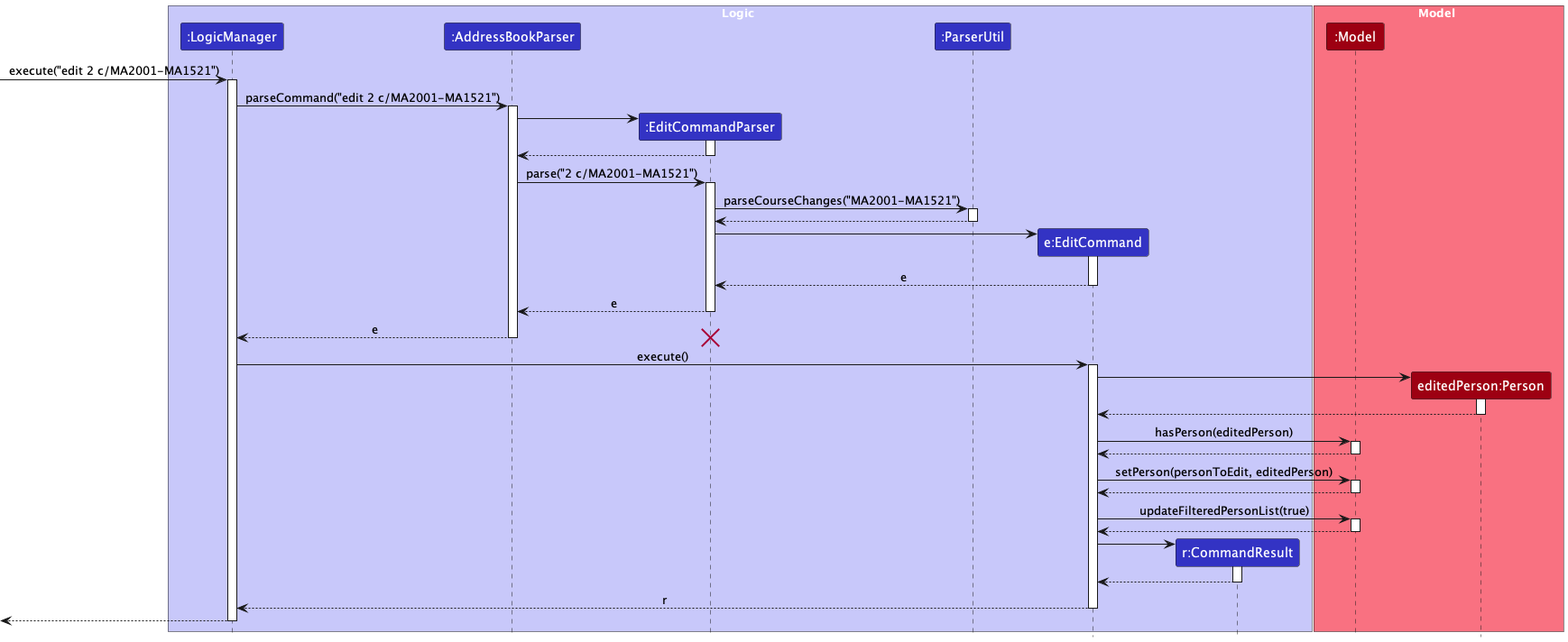
This is docs/images/EditSequenceDiagram.png from tanteckfang/tp, a PlantUML export, as it was before one commit.
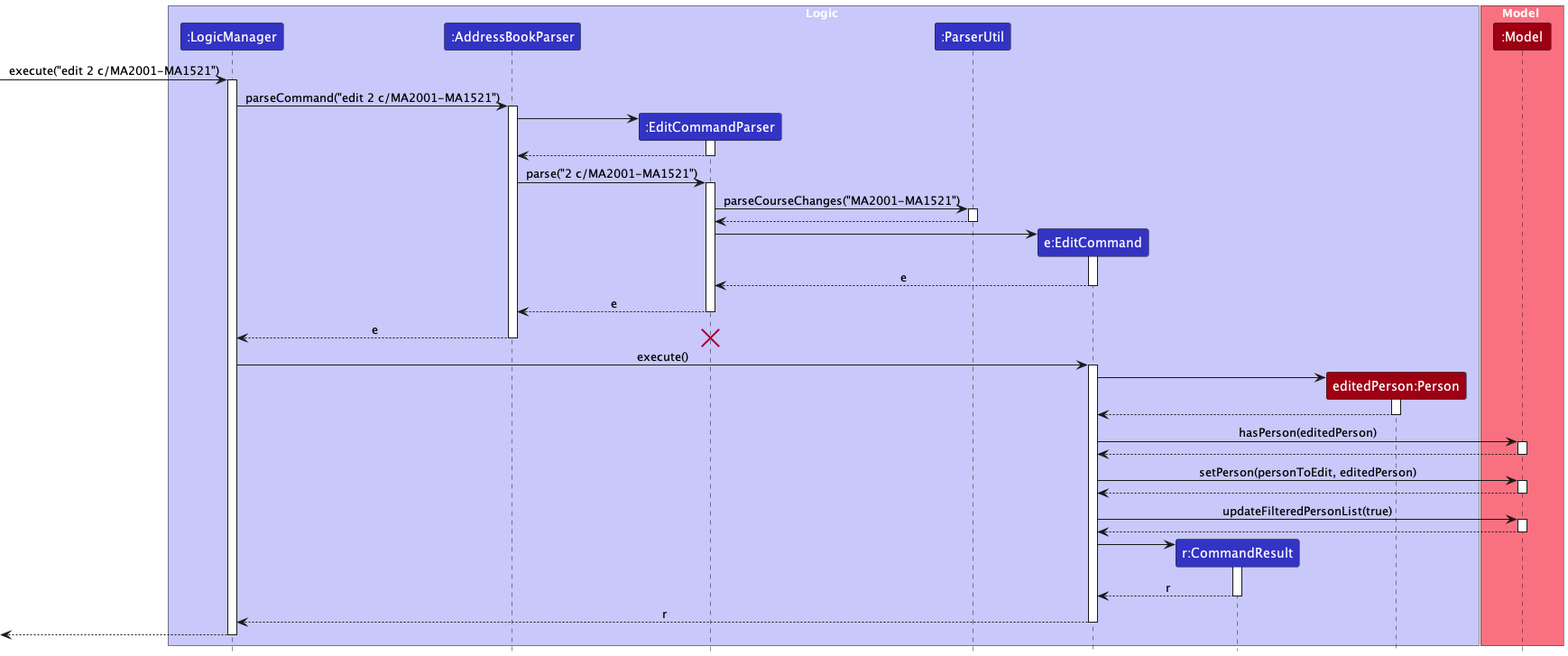
The same file after the commit.

What changed in the source:
```diff
@@ -9,11 +9,11 @@
 participant ":ParserUtil" as ParserUtil LOGIC_COLOR
 participant "e:EditCommand" as EditCommand LOGIC_COLOR
 participant "r:CommandResult" as CommandResult LOGIC_COLOR
+participant "editedPerson:Person" as EditedPerson MODEL_COLOR
 end box
 
 box Model MODEL_COLOR_T1
 participant ":Model" as Model MODEL_COLOR
-participant "editedPerson:Person" as EditedPerson MODEL_COLOR
 end box
 [-> LogicManager : execute("edit 2 c/MA2001-MA1521")
 activate LogicManager
@@ -38,6 +38,8 @@
 
 destroy EditCommandParser
 
+
+
 LogicManager -> EditCommand++ : execute()
 create EditedPerson
 EditCommand -> EditedPerson ++
@@ -51,7 +53,7 @@
 
 create CommandResult
 EditCommand -> CommandResult++
-return
+return r
 
 return r
 
```
